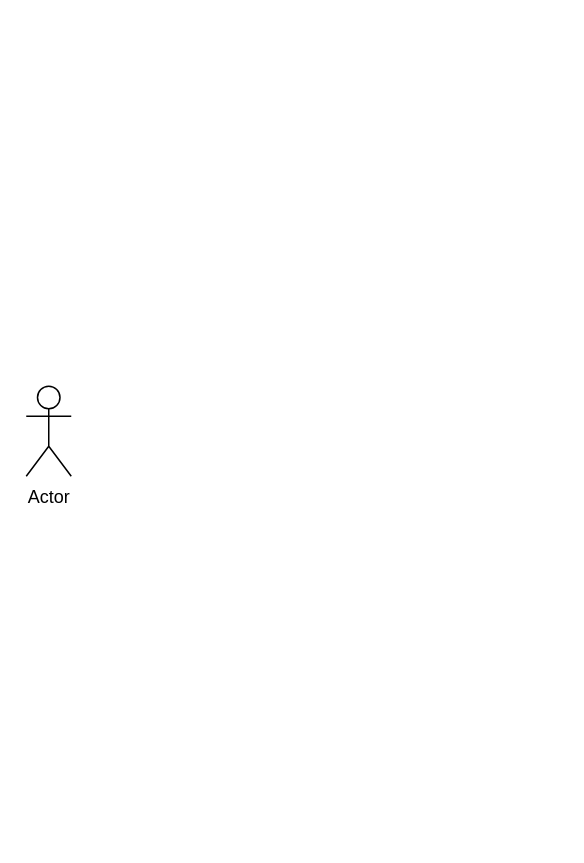
Before: UseCase/SqlMonitor.drawio in oninebx/diagrams, a draw.io diagram. Source tidied: cells renumbered, new cells numbered last; positions are measured from the earlier drawing's top-left corner, leaving out a move shared by most shapes. Both pictures are drawn from the tidied source at 150%, with x=0, y=0 at pixel (26, 386).
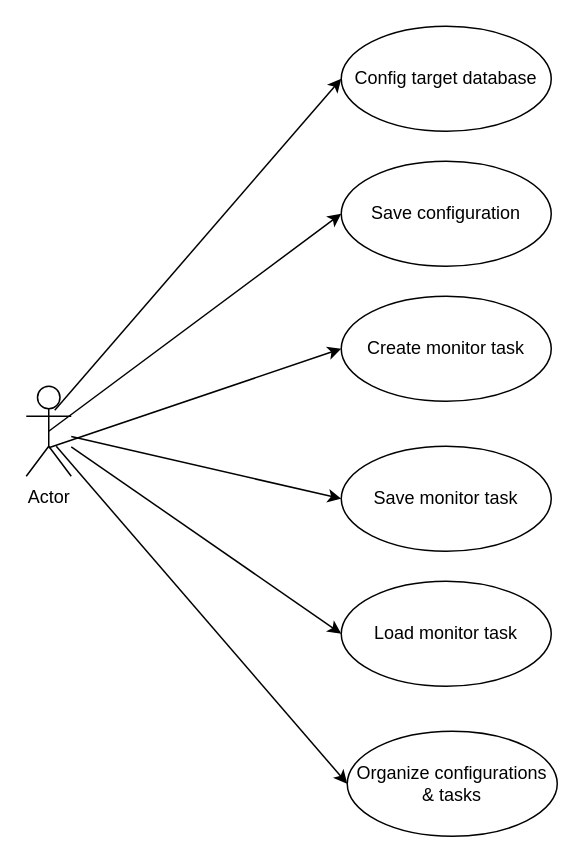
The same diagram, later.

Diff of the diagram source:
```diff
@@
 <mxGraphModel>
   <root>
     <mxCell id="0" />
     <mxCell id="1" parent="0" />
     <mxCell id="2" value="Actor" style="shape=umlActor;verticalLabelPosition=bottom;verticalAlign=top;html=1;" parent="1" vertex="1">
       <mxGeometry width="30" height="60" as="geometry" />
     </mxCell>
+    <mxCell id="3" value="Config target database" style="ellipse;whiteSpace=wrap;html=1;" parent="1" vertex="1">
+      <mxGeometry x="210" y="-240" width="140" height="70" as="geometry" />
+    </mxCell>
+    <mxCell id="4" value="Create monitor task" style="ellipse;whiteSpace=wrap;html=1;" parent="1" vertex="1">
+      <mxGeometry x="210" y="-60" width="140" height="70" as="geometry" />
+    </mxCell>
+    <mxCell id="5" value="Save monitor task" style="ellipse;whiteSpace=wrap;html=1;" parent="1" vertex="1">
+      <mxGeometry x="210" y="40" width="140" height="70" as="geometry" />
+    </mxCell>
+    <mxCell id="6" value="Load monitor task" style="ellipse;whiteSpace=wrap;html=1;" parent="1" vertex="1">
+      <mxGeometry x="210" y="130" width="140" height="70" as="geometry" />
+    </mxCell>
+    <mxCell id="7" value="Save configuration" style="ellipse;whiteSpace=wrap;html=1;" parent="1" vertex="1">
+      <mxGeometry x="210" y="-150" width="140" height="70" as="geometry" />
+    </mxCell>
+    <mxCell id="8" value="Organize configurations &amp;amp; tasks" style="ellipse;whiteSpace=wrap;html=1;" parent="1" vertex="1">
+      <mxGeometry x="214" y="230" width="140" height="70" as="geometry" />
+    </mxCell>
+    <mxCell id="9" style="endArrow=classic;html=1;rounded=0;entryX=0;entryY=0.5;entryDx=0;entryDy=0;exitX=0.633;exitY=0.267;exitDx=0;exitDy=0;exitPerimeter=0;" parent="1" edge="1" source="2" target="3">
+      <mxGeometry relative="1" as="geometry" />
+    </mxCell>
+    <mxCell id="10" style="endArrow=classic;html=1;rounded=0;entryX=0;entryY=0.5;entryDx=0;entryDy=0;exitX=0.5;exitY=0.5;exitDx=0;exitDy=0;exitPerimeter=0;" parent="1" edge="1" source="2" target="7">
+      <mxGeometry relative="1" as="geometry" />
+    </mxCell>
+    <mxCell id="11" style="endArrow=classic;html=1;rounded=0;entryX=0;entryY=0.5;entryDx=0;entryDy=0;exitX=0.5;exitY=0.683;exitDx=0;exitDy=0;exitPerimeter=0;" parent="1" edge="1" source="2" target="4">
+      <mxGeometry relative="1" as="geometry" />
+    </mxCell>
+    <mxCell id="12" style="endArrow=classic;html=1;rounded=0;entryX=0;entryY=0.5;entryDx=0;entryDy=0;" parent="1" edge="1" source="2" target="5">
+      <mxGeometry relative="1" as="geometry" />
+    </mxCell>
+    <mxCell id="13" style="endArrow=classic;html=1;rounded=0;entryX=0;entryY=0.5;entryDx=0;entryDy=0;" parent="1" edge="1" source="2" target="6">
+      <mxGeometry relative="1" as="geometry" />
+    </mxCell>
+    <mxCell id="14" style="endArrow=classic;html=1;rounded=0;exitX=0.667;exitY=0.667;exitDx=0;exitDy=0;exitPerimeter=0;entryX=0;entryY=0.5;entryDx=0;entryDy=0;" parent="1" edge="1" source="2" target="8">
+      <mxGeometry relative="1" as="geometry" />
+    </mxCell>
   </root>
 </mxGraphModel>
```
